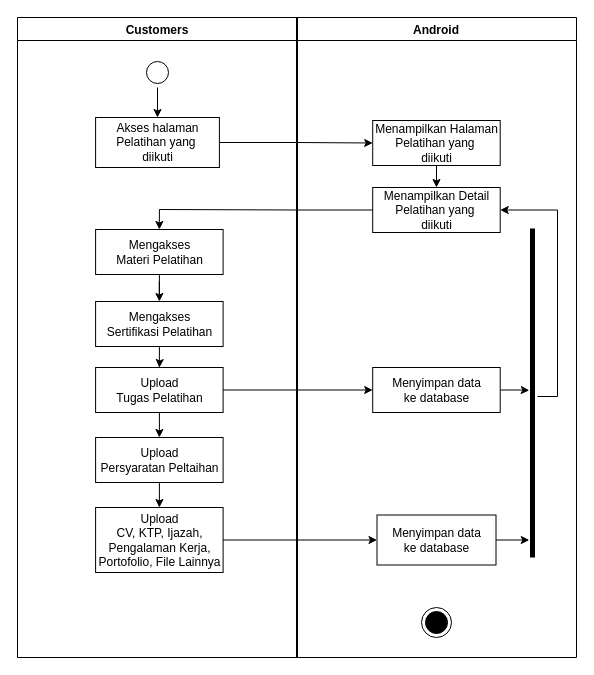
Above: Dokumen TA/Diagram/activity_diagram/user/user pelatihan yang diikuti.drawio in secondline16/ptsuryasafetynusantara (draw.io), before the change. Source tidied: cells renumbered, new cells numbered last; positions are measured from the earlier drawing's top-left corner, leaving out a move shared by most shapes. Both pictures are drawn from the tidied source at 100%, with x=0, y=0 at pixel (17, 17).
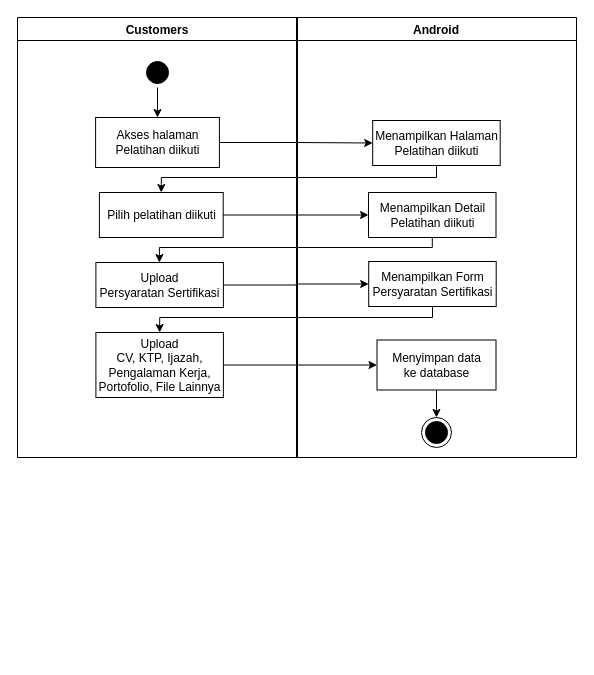
After the change.

Change to the diagram source:
```diff
@@
     <mxCell id="2" value="Android" style="swimlane;fillColor=none;startSize=23;" parent="1" vertex="1">
-      <mxGeometry x="279" width="280" height="640" as="geometry" />
+      <mxGeometry x="279" width="280" height="440" as="geometry" />
     </mxCell>
-    <mxCell id="3" style="edgeStyle=orthogonalEdgeStyle;rounded=0;jettySize=auto;html=1;" parent="2" edge="1" source="4" target="6">
-      <mxGeometry relative="1" as="geometry" />
-    </mxCell>
-    <mxCell id="4" value="Menampilkan Halaman&lt;br&gt;Pelatihan yang&amp;nbsp;&lt;br&gt;diikuti" style="html=1;strokeColor=#000000;fillColor=default;" parent="2" vertex="1">
+    <mxCell id="4" value="Menampilkan Halaman&lt;br&gt;Pelatihan diikuti" style="html=1;strokeColor=#000000;fillColor=default;" parent="2" vertex="1">
       <mxGeometry x="76.2" y="103" width="127.5" height="45" as="geometry" />
     </mxCell>
+    <mxCell id="6" value="Menampilkan Detail&lt;br&gt;Pelatihan&amp;nbsp;diikuti" style="html=1;strokeColor=#000000;fillColor=default;" parent="2" vertex="1">
+      <mxGeometry x="72" y="175" width="127.5" height="45" as="geometry" />
+    </mxCell>
+    <mxCell id="30" style="edgeStyle=orthogonalEdgeStyle;rounded=0;jettySize=auto;html=1;entryX=0.5;entryY=0;entryDx=0;entryDy=0;" parent="2" edge="1" source="10" target="5">
+      <mxGeometry relative="1" as="geometry" />
+    </mxCell>
+    <mxCell id="10" value="Menyimpan data&lt;br&gt;ke database" style="html=1;strokeColor=#000000;fillColor=default;" parent="2" vertex="1">
+      <mxGeometry x="80.5" y="322.5" width="119" height="50" as="geometry" />
+    </mxCell>
+    <mxCell id="31" style="edgeStyle=orthogonalEdgeStyle;rounded=0;jettySize=auto;html=1;entryX=0;entryY=0.5;entryDx=0;entryDy=0;" parent="2" edge="1" source="22" target="33">
+      <mxGeometry relative="1" as="geometry" />
+    </mxCell>
+    <mxCell id="22" value="Upload&lt;br&gt;Persyaratan Sertifikasi" style="html=1;strokeColor=#000000;fillColor=default;" parent="2" vertex="1">
+      <mxGeometry x="-200.6" y="245" width="127.5" height="45" as="geometry" />
+    </mxCell>
+    <mxCell id="25" value="Upload&lt;br&gt;CV, KTP, Ijazah, &lt;br&gt;Pengalaman Kerja,&lt;br&gt;Portofolio, File Lainnya" style="html=1;strokeColor=#000000;fillColor=default;" parent="2" vertex="1">
+      <mxGeometry x="-200.6" y="315" width="127.5" height="65" as="geometry" />
+    </mxCell>
+    <mxCell id="28" style="edgeStyle=orthogonalEdgeStyle;rounded=0;jettySize=auto;html=1;entryX=0;entryY=0.5;entryDx=0;entryDy=0;" parent="2" edge="1" source="25" target="10">
+      <mxGeometry relative="1" as="geometry" />
+    </mxCell>
+    <mxCell id="32" style="edgeStyle=orthogonalEdgeStyle;rounded=0;jettySize=auto;html=1;entryX=0.5;entryY=0;entryDx=0;entryDy=0;" parent="2" edge="1" source="33" target="25">
+      <mxGeometry relative="1" as="geometry">
+        <Array as="points">
+          <mxPoint x="136" y="300" />
+          <mxPoint x="-137" y="300" />
+        </Array>
+      </mxGeometry>
+    </mxCell>
+    <mxCell id="33" value="Menampilkan Form&lt;br&gt;Persyaratan Sertifikasi" style="html=1;strokeColor=#000000;fillColor=default;" parent="2" vertex="1">
+      <mxGeometry x="72.2" y="244" width="127.5" height="45" as="geometry" />
+    </mxCell>
     <mxCell id="5" style="ellipse;html=1;shape=endState;fillColor=#000000;strokeColor=#000000;" parent="2" vertex="1">
-      <mxGeometry x="125" y="590" width="30" height="30" as="geometry" />
+      <mxGeometry x="125" y="400" width="30" height="30" as="geometry" />
     </mxCell>
-    <mxCell id="6" value="Menampilkan Detail&lt;br&gt;Pelatihan yang&amp;nbsp;&lt;br&gt;diikuti" style="html=1;strokeColor=#000000;fillColor=default;" parent="2" vertex="1">
-      <mxGeometry x="76.2" y="170" width="127.5" height="45" as="geometry" />
-    </mxCell>
-    <mxCell id="7" style="edgeStyle=orthogonalEdgeStyle;rounded=0;jettySize=auto;html=1;entryX=1;entryY=0.5;entryDx=0;entryDy=0;" parent="2" edge="1" source="8" target="6">
-      <mxGeometry relative="1" as="geometry">
-        <Array as="points">
-          <mxPoint x="261" y="379" />
-          <mxPoint x="261" y="193" />
-          <mxPoint x="204" y="193" />
-        </Array>
-      </mxGeometry>
-    </mxCell>
-    <mxCell id="8" style="line;strokeWidth=5;html=1;direction=south;gradientColor=default;" parent="2" vertex="1">
-      <mxGeometry x="231" y="211" width="10" height="329" as="geometry" />
-    </mxCell>
-    <mxCell id="9" style="edgeStyle=orthogonalEdgeStyle;rounded=0;jettySize=auto;html=1;entryX=0.947;entryY=0.819;entryDx=0;entryDy=0;entryPerimeter=0;" parent="2" edge="1" source="10" target="8">
-      <mxGeometry relative="1" as="geometry" />
-    </mxCell>
-    <mxCell id="10" value="Menyimpan data&lt;br&gt;ke database" style="html=1;strokeColor=#000000;fillColor=default;" parent="2" vertex="1">
-      <mxGeometry x="80.5" y="497.5" width="119" height="50" as="geometry" />
-    </mxCell>
-    <mxCell id="11" style="edgeStyle=orthogonalEdgeStyle;rounded=0;jettySize=auto;html=1;entryX=0.492;entryY=0.819;entryDx=0;entryDy=0;entryPerimeter=0;" parent="2" edge="1" source="12" target="8">
-      <mxGeometry relative="1" as="geometry" />
-    </mxCell>
-    <mxCell id="12" value="Menyimpan data&lt;br&gt;ke database" style="html=1;strokeColor=#000000;fillColor=default;" parent="2" vertex="1">
-      <mxGeometry x="76.2" y="350" width="127.5" height="45" as="geometry" />
-    </mxCell>
     <mxCell id="13" value="Customers" style="swimlane;fillColor=none;" parent="1" vertex="1">
-      <mxGeometry width="280" height="640" as="geometry" />
+      <mxGeometry width="280" height="440" as="geometry" />
     </mxCell>
@@
-    <mxCell id="15" style="ellipse;html=1;shape=startState;fillColor=default;strokeColor=#000000;" parent="13" vertex="1">
+    <mxCell id="15" style="ellipse;html=1;shape=startState;fillColor=#000000;strokeColor=#000000;" parent="13" vertex="1">
       <mxGeometry x="125" y="40" width="30" height="30" as="geometry" />
     </mxCell>
-    <mxCell id="16" value="Akses halaman&lt;br&gt;Pelatihan yang&amp;nbsp;&lt;br&gt;diikuti" style="html=1;strokeColor=#000000;fillColor=default;" parent="13" vertex="1">
+    <mxCell id="16" value="Akses halaman&lt;br&gt;Pelatihan&amp;nbsp;diikuti" style="html=1;strokeColor=#000000;fillColor=default;" parent="13" vertex="1">
       <mxGeometry x="78.1" y="100" width="123.8" height="50" as="geometry" />
     </mxCell>
-    <mxCell id="17" style="edgeStyle=orthogonalEdgeStyle;rounded=0;jettySize=auto;html=1;" parent="13" edge="1" source="18" target="20">
-      <mxGeometry relative="1" as="geometry" />
-    </mxCell>
-    <mxCell id="18" value="Mengakses &lt;br&gt;Materi Pelatihan" style="html=1;strokeColor=#000000;fillColor=default;" parent="13" vertex="1">
-      <mxGeometry x="78.1" y="212" width="127.5" height="45" as="geometry" />
-    </mxCell>
-    <mxCell id="19" style="edgeStyle=orthogonalEdgeStyle;rounded=0;jettySize=auto;html=1;entryX=0.5;entryY=0;entryDx=0;entryDy=0;" parent="13" edge="1" source="20" target="24">
-      <mxGeometry relative="1" as="geometry" />
-    </mxCell>
-    <mxCell id="20" value="Mengakses &lt;br&gt;Sertifikasi Pelatihan" style="html=1;strokeColor=#000000;fillColor=default;" parent="13" vertex="1">
-      <mxGeometry x="78.1" y="284" width="127.5" height="45" as="geometry" />
-    </mxCell>
-    <mxCell id="21" style="edgeStyle=orthogonalEdgeStyle;rounded=0;jettySize=auto;html=1;entryX=0.5;entryY=0;entryDx=0;entryDy=0;" parent="13" edge="1" source="22" target="25">
-      <mxGeometry relative="1" as="geometry" />
-    </mxCell>
-    <mxCell id="22" value="Upload&lt;br&gt;Persyaratan Peltaihan" style="html=1;strokeColor=#000000;fillColor=default;" parent="13" vertex="1">
-      <mxGeometry x="78.1" y="420" width="127.5" height="45" as="geometry" />
-    </mxCell>
-    <mxCell id="23" style="edgeStyle=orthogonalEdgeStyle;rounded=0;jettySize=auto;html=1;entryX=0.5;entryY=0;entryDx=0;entryDy=0;" parent="13" edge="1" source="24" target="22">
-      <mxGeometry relative="1" as="geometry" />
-    </mxCell>
-    <mxCell id="24" value="Upload&lt;br&gt;Tugas Pelatihan" style="html=1;strokeColor=#000000;fillColor=default;" parent="13" vertex="1">
-      <mxGeometry x="78.1" y="350" width="127.5" height="45" as="geometry" />
-    </mxCell>
-    <mxCell id="25" value="Upload&lt;br&gt;CV, KTP, Ijazah, &lt;br&gt;Pengalaman Kerja,&lt;br&gt;Portofolio, File Lainnya" style="html=1;strokeColor=#000000;fillColor=default;" parent="13" vertex="1">
-      <mxGeometry x="78.1" y="490" width="127.5" height="65" as="geometry" />
-    </mxCell>
+    <mxCell id="34" value="Pilih pelatihan diikuti" style="html=1;strokeColor=#000000;fillColor=default;" parent="13" vertex="1">
+      <mxGeometry x="81.9" y="175" width="123.8" height="45" as="geometry" />
+    </mxCell>
-    <mxCell id="26" style="edgeStyle=orthogonalEdgeStyle;rounded=0;jettySize=auto;html=1;entryX=0.5;entryY=0;entryDx=0;entryDy=0;" parent="1" edge="1" source="6" target="18">
-      <mxGeometry relative="1" as="geometry" />
+    <mxCell id="26" style="edgeStyle=orthogonalEdgeStyle;rounded=0;jettySize=auto;html=1;entryX=0.5;entryY=0;entryDx=0;entryDy=0;" parent="1" edge="1" source="6">
+      <mxGeometry relative="1" as="geometry">
+        <mxPoint x="141.9" y="245" as="targetPoint" />
+        <Array as="points">
+          <mxPoint x="415" y="230" />
+          <mxPoint x="142" y="230" />
+        </Array>
+      </mxGeometry>
     </mxCell>
@@
-    <mxCell id="28" style="edgeStyle=orthogonalEdgeStyle;rounded=0;jettySize=auto;html=1;entryX=0;entryY=0.5;entryDx=0;entryDy=0;" parent="1" edge="1" source="25" target="10">
-      <mxGeometry relative="1" as="geometry" />
-    </mxCell>
-    <mxCell id="29" style="edgeStyle=orthogonalEdgeStyle;rounded=0;jettySize=auto;html=1;entryX=0;entryY=0.5;entryDx=0;entryDy=0;" parent="1" edge="1" source="24" target="12">
-      <mxGeometry relative="1" as="geometry" />
-    </mxCell>
+    <mxCell id="3" style="edgeStyle=orthogonalEdgeStyle;rounded=0;jettySize=auto;html=1;entryX=0.5;entryY=0;entryDx=0;entryDy=0;" parent="1" edge="1" source="4" target="34">
+      <mxGeometry relative="1" as="geometry">
+        <Array as="points">
+          <mxPoint x="419" y="160" />
+          <mxPoint x="144" y="160" />
+        </Array>
+      </mxGeometry>
+    </mxCell>
+    <mxCell id="35" style="edgeStyle=orthogonalEdgeStyle;rounded=0;jettySize=auto;html=1;entryX=0;entryY=0.5;entryDx=0;entryDy=0;" parent="1" edge="1" source="34" target="6">
+      <mxGeometry relative="1" as="geometry" />
+    </mxCell>
```
